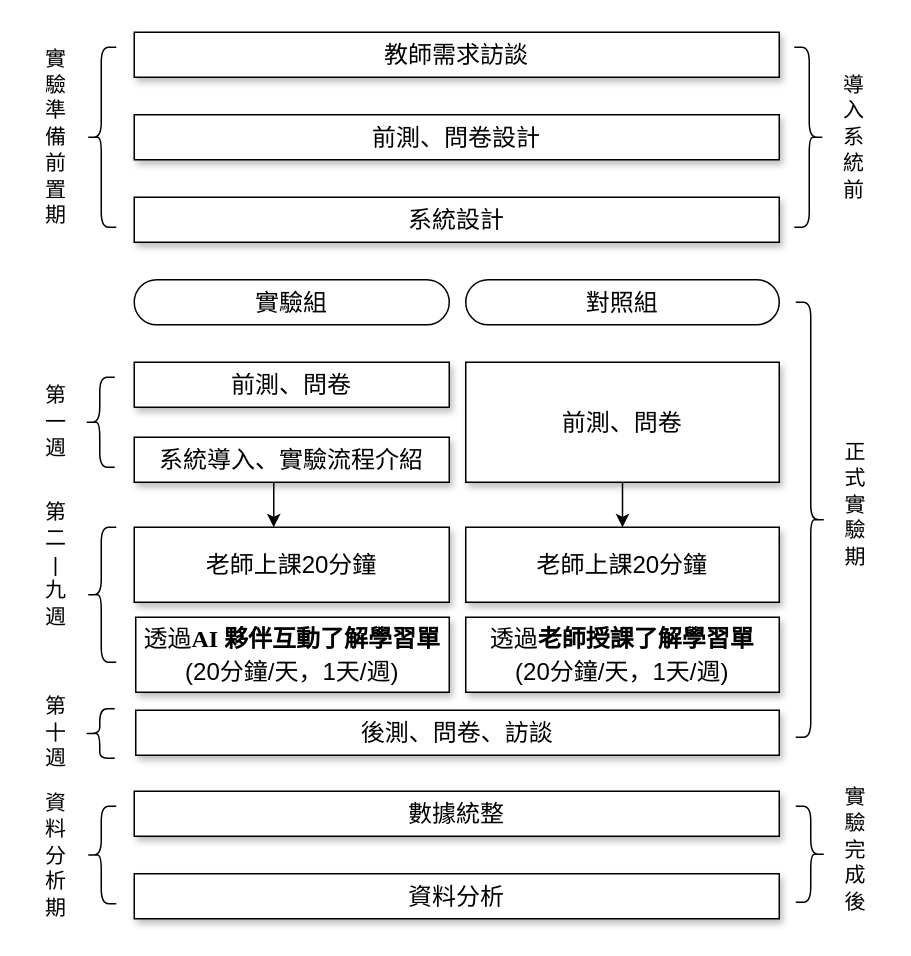
The draw.io diagram 實驗流程圖.drawio in webber0928/112554016_paper, before the edit. Source tidied: cells renumbered, new cells numbered last; positions are measured from the earlier drawing's top-left corner, leaving out a move shared by most shapes. Both pictures are drawn from the tidied source at 150%, with x=0, y=0 at pixel (26, 32).
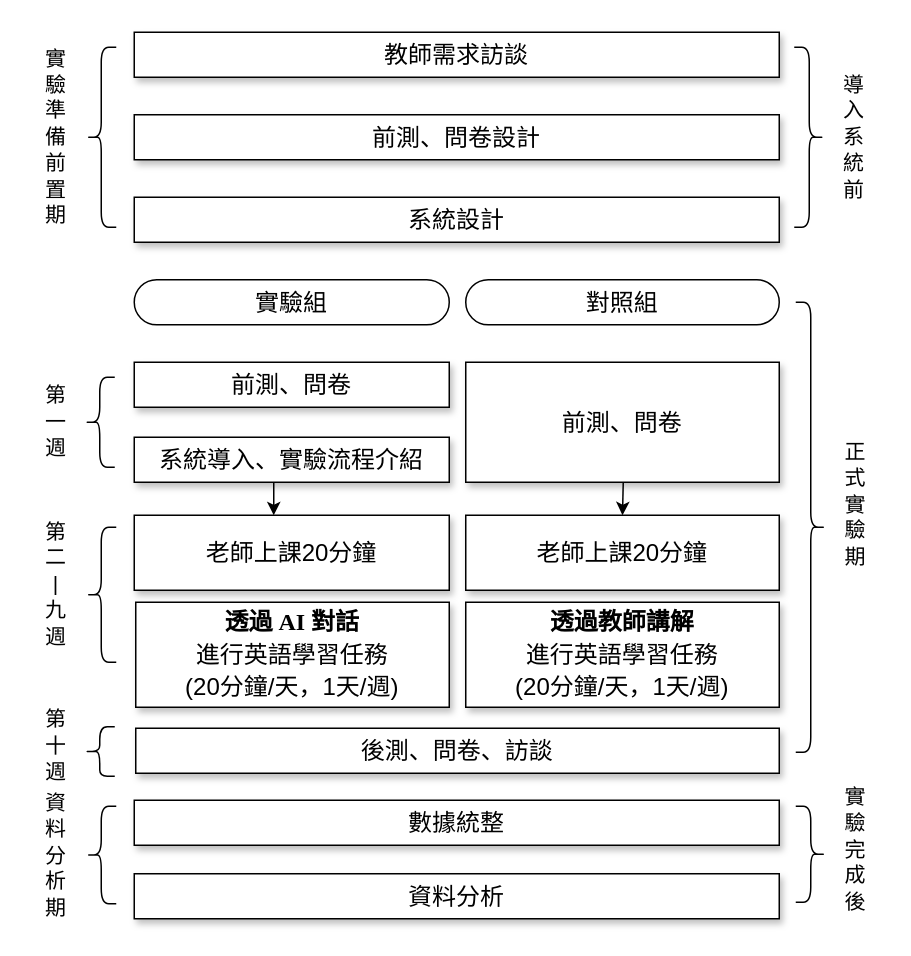
The same page after the edit.

Commit message:
更新實驗流程圖.drawio

The change refers to these unchanged cells:
```xml
<mxCell id="8" value="&lt;font face=&quot;標楷體&quot;&gt;&lt;span style=&quot;font-size: 16px;&quot;&gt;前測、問卷&lt;/span&gt;&lt;/font&gt;" style="whiteSpace=wrap;html=1;shadow=1;fontSize=18;" parent="1" vertex="1">
  <mxGeometry x="293" y="220" width="209" height="80" as="geometry" />
</mxCell>
```

Change to the diagram source:
```diff
@@
     <mxCell id="10" value="&lt;span style=&quot;font-family: 標楷體; font-size: 16px;&quot;&gt;老師上課20分鐘&lt;/span&gt;" style="whiteSpace=wrap;html=1;shadow=1;fontSize=18;" parent="1" vertex="1">
-      <mxGeometry x="72" y="330" width="210" height="50" as="geometry" />
+      <mxGeometry x="72" y="322" width="210" height="50" as="geometry" />
     </mxCell>
     <mxCell id="11" value="&lt;span style=&quot;font-size: 16px;&quot;&gt;&lt;font face=&quot;標楷體&quot;&gt;老師上課20分鐘&lt;/font&gt;&lt;br&gt;&lt;/span&gt;" style="whiteSpace=wrap;html=1;shadow=1;fontSize=18;" parent="1" vertex="1">
-      <mxGeometry x="293" y="330" width="209" height="50" as="geometry" />
+      <mxGeometry x="293" y="322" width="209" height="50" as="geometry" />
     </mxCell>
     <mxCell id="12" value="&lt;font face=&quot;標楷體&quot;&gt;&lt;span style=&quot;font-size: 16px;&quot;&gt;後測、問卷、訪談&lt;/span&gt;&lt;/font&gt;" style="whiteSpace=wrap;html=1;shadow=1;fontSize=18;" parent="1" vertex="1">
-      <mxGeometry x="73" y="452" width="429" height="30" as="geometry" />
+      <mxGeometry x="73" y="464" width="429" height="30" as="geometry" />
     </mxCell>
     <mxCell id="13" value="&lt;font face=&quot;標楷體&quot;&gt;&lt;span style=&quot;font-size: 16px;&quot;&gt;數據統整&lt;/span&gt;&lt;/font&gt;" style="whiteSpace=wrap;html=1;shadow=1;fontSize=18;" parent="1" vertex="1">
-      <mxGeometry x="72" y="506" width="430" height="30" as="geometry" />
+      <mxGeometry x="72" y="512" width="430" height="30" as="geometry" />
     </mxCell>
@@
     <mxCell id="18" value="&lt;font style=&quot;font-size: 14px;&quot; face=&quot;標楷體&quot;&gt;第&lt;/font&gt;&lt;div&gt;&lt;font style=&quot;font-size: 14px;&quot; face=&quot;標楷體&quot;&gt;二&lt;/font&gt;&lt;/div&gt;&lt;div&gt;&lt;font style=&quot;font-size: 14px;&quot; face=&quot;標楷體&quot;&gt;|&lt;/font&gt;&lt;/div&gt;&lt;div&gt;&lt;font style=&quot;font-size: 14px;&quot; face=&quot;標楷體&quot;&gt;九&lt;/font&gt;&lt;/div&gt;&lt;div&gt;&lt;span style=&quot;font-family: 標楷體; background-color: transparent; color: light-dark(rgb(0, 0, 0), rgb(255, 255, 255));&quot;&gt;&lt;font style=&quot;font-size: 14px;&quot;&gt;週&lt;/font&gt;&lt;/span&gt;&lt;/div&gt;" style="text;html=1;align=center;verticalAlign=middle;whiteSpace=wrap;rounded=0;fontFamily=Comic Sans MS;" parent="1" vertex="1">
-      <mxGeometry y="310" width="40" height="90" as="geometry" />
+      <mxGeometry y="323" width="40" height="90" as="geometry" />
     </mxCell>
     <mxCell id="19" value="&lt;font style=&quot;font-size: 14px;&quot; face=&quot;標楷體&quot;&gt;第&lt;/font&gt;&lt;div&gt;&lt;font style=&quot;font-size: 14px;&quot; face=&quot;標楷體&quot;&gt;十&lt;/font&gt;&lt;/div&gt;&lt;div&gt;&lt;span style=&quot;font-family: 標楷體; background-color: transparent; color: light-dark(rgb(0, 0, 0), rgb(255, 255, 255));&quot;&gt;&lt;font style=&quot;font-size: 14px;&quot;&gt;週&lt;/font&gt;&lt;/span&gt;&lt;/div&gt;" style="text;html=1;align=center;verticalAlign=middle;whiteSpace=wrap;rounded=0;fontFamily=Comic Sans MS;" parent="1" vertex="1">
-      <mxGeometry y="422" width="40" height="90" as="geometry" />
+      <mxGeometry y="431" width="40" height="90" as="geometry" />
     </mxCell>
@@
     <mxCell id="21" style="shape=curlyBracket;whiteSpace=wrap;html=1;rounded=1;labelPosition=left;verticalLabelPosition=middle;align=right;verticalAlign=middle;" parent="1" vertex="1">
-      <mxGeometry x="39" y="451" width="20" height="33" as="geometry" />
+      <mxGeometry x="39" y="463" width="20" height="33" as="geometry" />
     </mxCell>
@@
     <mxCell id="26" style="shape=curlyBracket;whiteSpace=wrap;html=1;rounded=1;flipH=1;labelPosition=right;verticalLabelPosition=middle;align=left;verticalAlign=middle;" parent="1" vertex="1">
-      <mxGeometry x="513" y="180" width="20" height="290" as="geometry" />
+      <mxGeometry x="513" y="180" width="20" height="300" as="geometry" />
     </mxCell>
@@
-    <mxCell id="28" style="endArrow=classic;html=1;rounded=0;exitX=0.5;exitY=1;exitDx=0;exitDy=0;entryX=0.5;entryY=0;entryDx=0;entryDy=0;" parent="1" edge="1" source="8" target="11">
-      <mxGeometry relative="1" as="geometry" />
+    <mxCell id="28" style="endArrow=classic;html=1;rounded=0;entryX=0.5;entryY=0;entryDx=0;entryDy=0;" parent="1" edge="1" target="11">
+      <mxGeometry relative="1" as="geometry">
+        <mxPoint x="398" y="300" as="sourcePoint" />
+      </mxGeometry>
     </mxCell>
@@
-    <mxCell id="32" style="endArrow=classic;html=1;rounded=0;exitX=0.5;exitY=1;exitDx=0;exitDy=0;entryX=0.5;entryY=0;entryDx=0;entryDy=0;" parent="1" edge="1">
+    <mxCell id="32" style="endArrow=classic;html=1;rounded=0;entryX=0.5;entryY=0;entryDx=0;entryDy=0;" parent="1" edge="1">
       <mxGeometry relative="1" as="geometry">
         <mxPoint x="165" y="300" as="sourcePoint" />
-        <mxPoint x="165" y="330" as="targetPoint" />
+        <mxPoint x="165" y="322" as="targetPoint" />
       </mxGeometry>
     </mxCell>
-    <mxCell id="33" value="&lt;span style=&quot;font-size: 16px;&quot;&gt;&lt;font face=&quot;標楷體&quot;&gt;透過&lt;/font&gt;&lt;font face=&quot;Times New Roman&quot;&gt;&lt;b&gt;AI&amp;nbsp;&lt;/b&gt;&lt;/font&gt;&lt;font face=&quot;標楷體&quot;&gt;&lt;b&gt;夥伴互動了解學習單&lt;/b&gt;&lt;/font&gt;&lt;br&gt;&lt;font face=&quot;標楷體&quot;&gt;(20分鐘/天，1天/週)&lt;/font&gt;&lt;/span&gt;" style="whiteSpace=wrap;html=1;shadow=1;fontSize=18;" parent="1" vertex="1">
-      <mxGeometry x="73" y="390" width="209" height="50" as="geometry" />
+    <mxCell id="33" value="&lt;b&gt;&lt;font style=&quot;font-size: 16px;&quot; face=&quot;標楷體&quot;&gt;透過&lt;/font&gt;&lt;span style=&quot;font-size: 16px;&quot;&gt;&lt;span style=&quot;font-family: &amp;quot;Times New Roman&amp;quot;;&quot;&gt;&amp;nbsp;AI&amp;nbsp;&lt;/span&gt;&lt;font face=&quot;標楷體&quot;&gt;對話&lt;/font&gt;&lt;/span&gt;&lt;/b&gt;&lt;div&gt;&lt;span style=&quot;font-size: 16px;&quot;&gt;&lt;font face=&quot;標楷體&quot;&gt;進行英語學習任務&lt;/font&gt;&lt;/span&gt;&lt;br&gt;&lt;font style=&quot;font-size: 16px;&quot; face=&quot;標楷體&quot;&gt;(20分鐘/天，1天/週)&lt;/font&gt;&lt;/div&gt;" style="whiteSpace=wrap;html=1;shadow=1;fontSize=18;" parent="1" vertex="1">
+      <mxGeometry x="73" y="380" width="209" height="70" as="geometry" />
     </mxCell>
-    <mxCell id="34" value="&lt;font style=&quot;font-size: 16px;&quot; face=&quot;標楷體&quot;&gt;透過&lt;b&gt;老師授課了解學習單&lt;/b&gt;&lt;/font&gt;&lt;br style=&quot;font-size: 16px;&quot;&gt;&lt;font style=&quot;font-size: 16px;&quot; face=&quot;標楷體&quot;&gt;(20分鐘/天，1天/週)&lt;/font&gt;" style="whiteSpace=wrap;html=1;shadow=1;fontSize=18;" parent="1" vertex="1">
-      <mxGeometry x="293" y="390" width="209" height="50" as="geometry" />
+    <mxCell id="34" value="&lt;b&gt;&lt;font style=&quot;font-size: 16px;&quot; face=&quot;標楷體&quot;&gt;透過&lt;/font&gt;&lt;font face=&quot;標楷體&quot;&gt;&lt;span style=&quot;font-size: 16px;&quot;&gt;教師講解&lt;/span&gt;&lt;/font&gt;&lt;/b&gt;&lt;div&gt;&lt;font face=&quot;標楷體&quot;&gt;&lt;span style=&quot;font-size: 16px;&quot;&gt;進行英語學習任務&lt;/span&gt;&lt;/font&gt;&lt;br style=&quot;font-size: 16px;&quot;&gt;&lt;font style=&quot;font-size: 16px;&quot; face=&quot;標楷體&quot;&gt;(20分鐘/天，1天/週)&lt;/font&gt;&lt;/div&gt;" style="whiteSpace=wrap;html=1;shadow=1;fontSize=18;" parent="1" vertex="1">
+      <mxGeometry x="293" y="380" width="209" height="70" as="geometry" />
     </mxCell>
```
